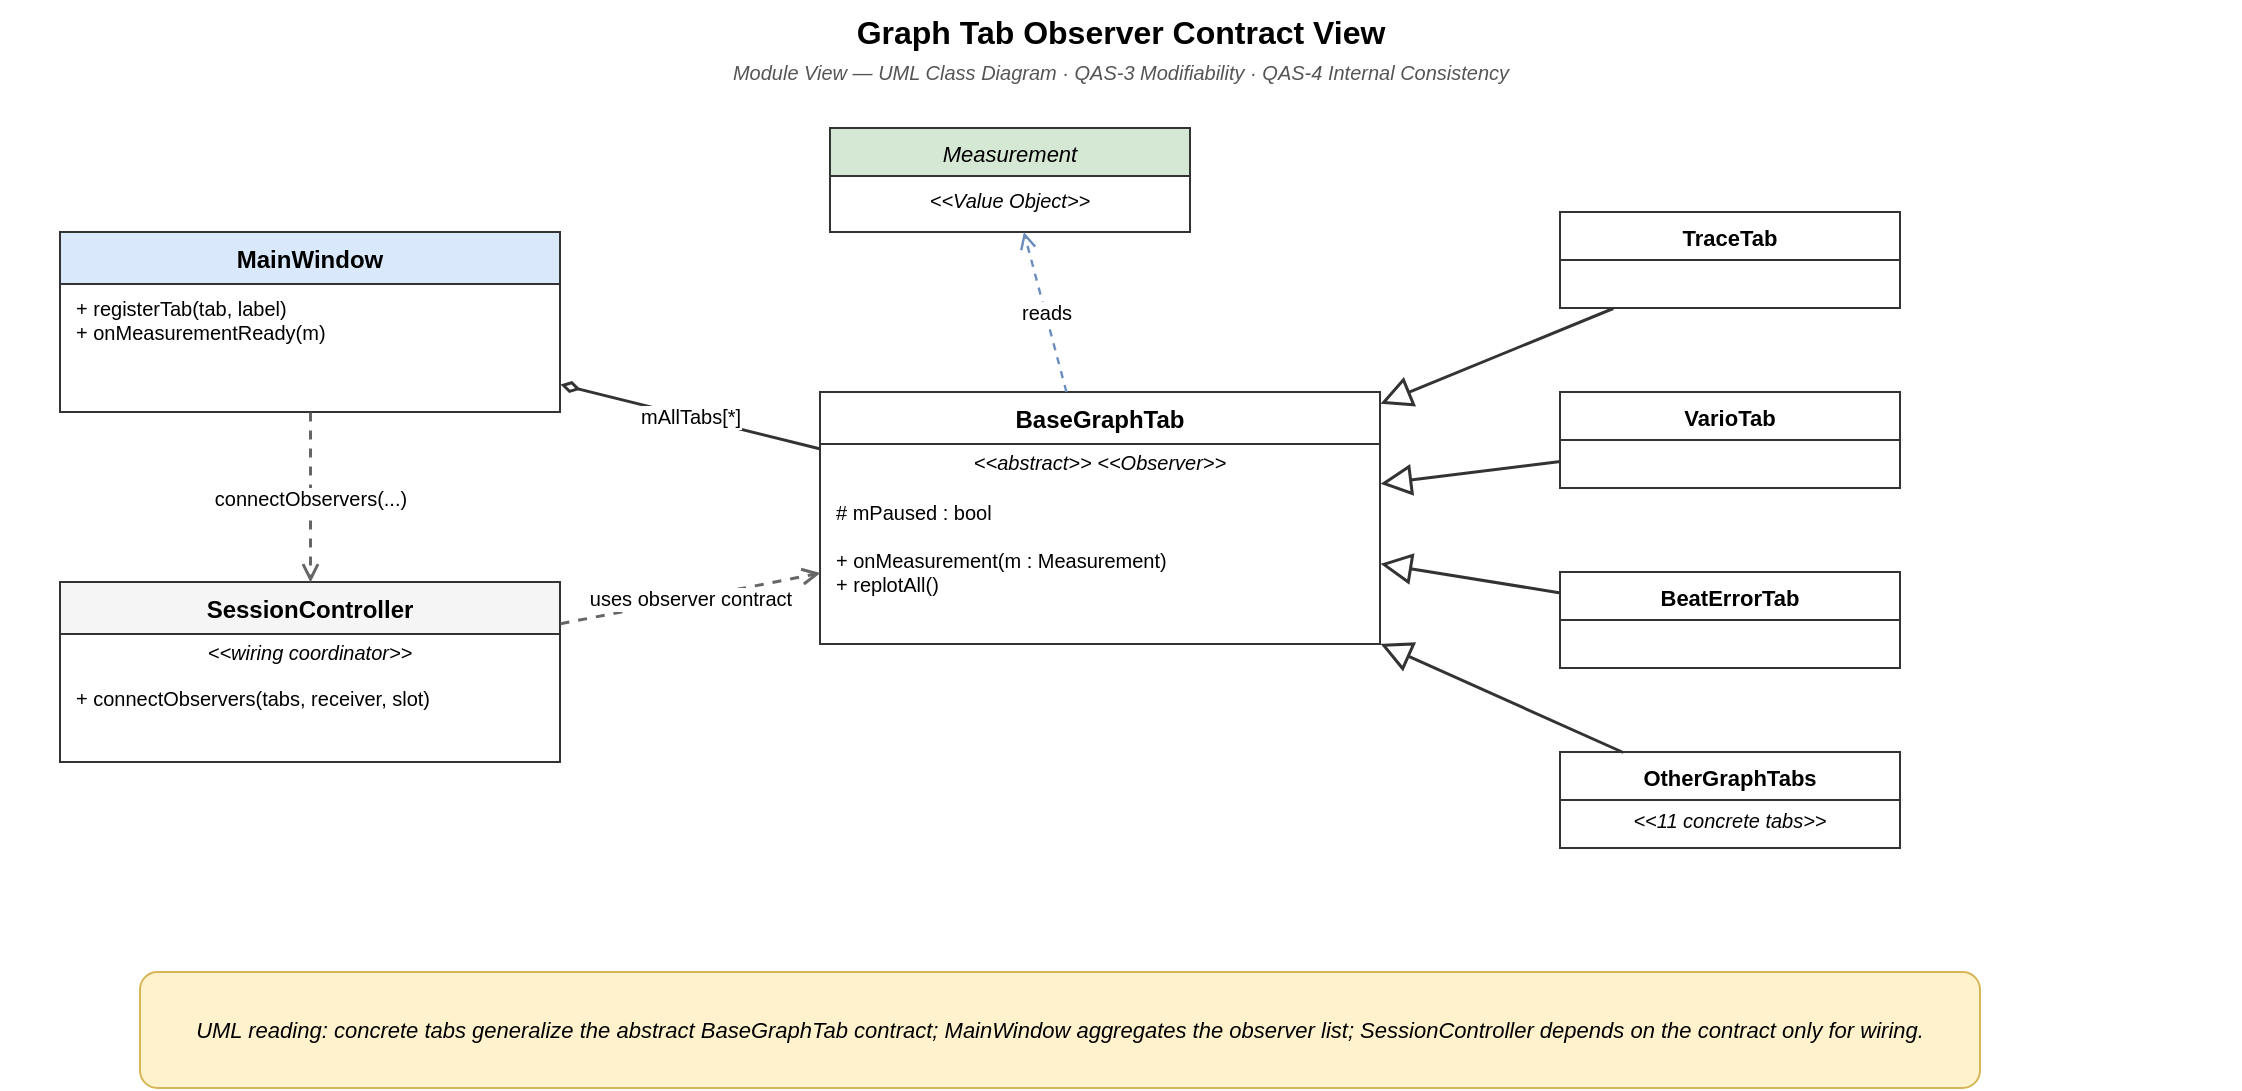
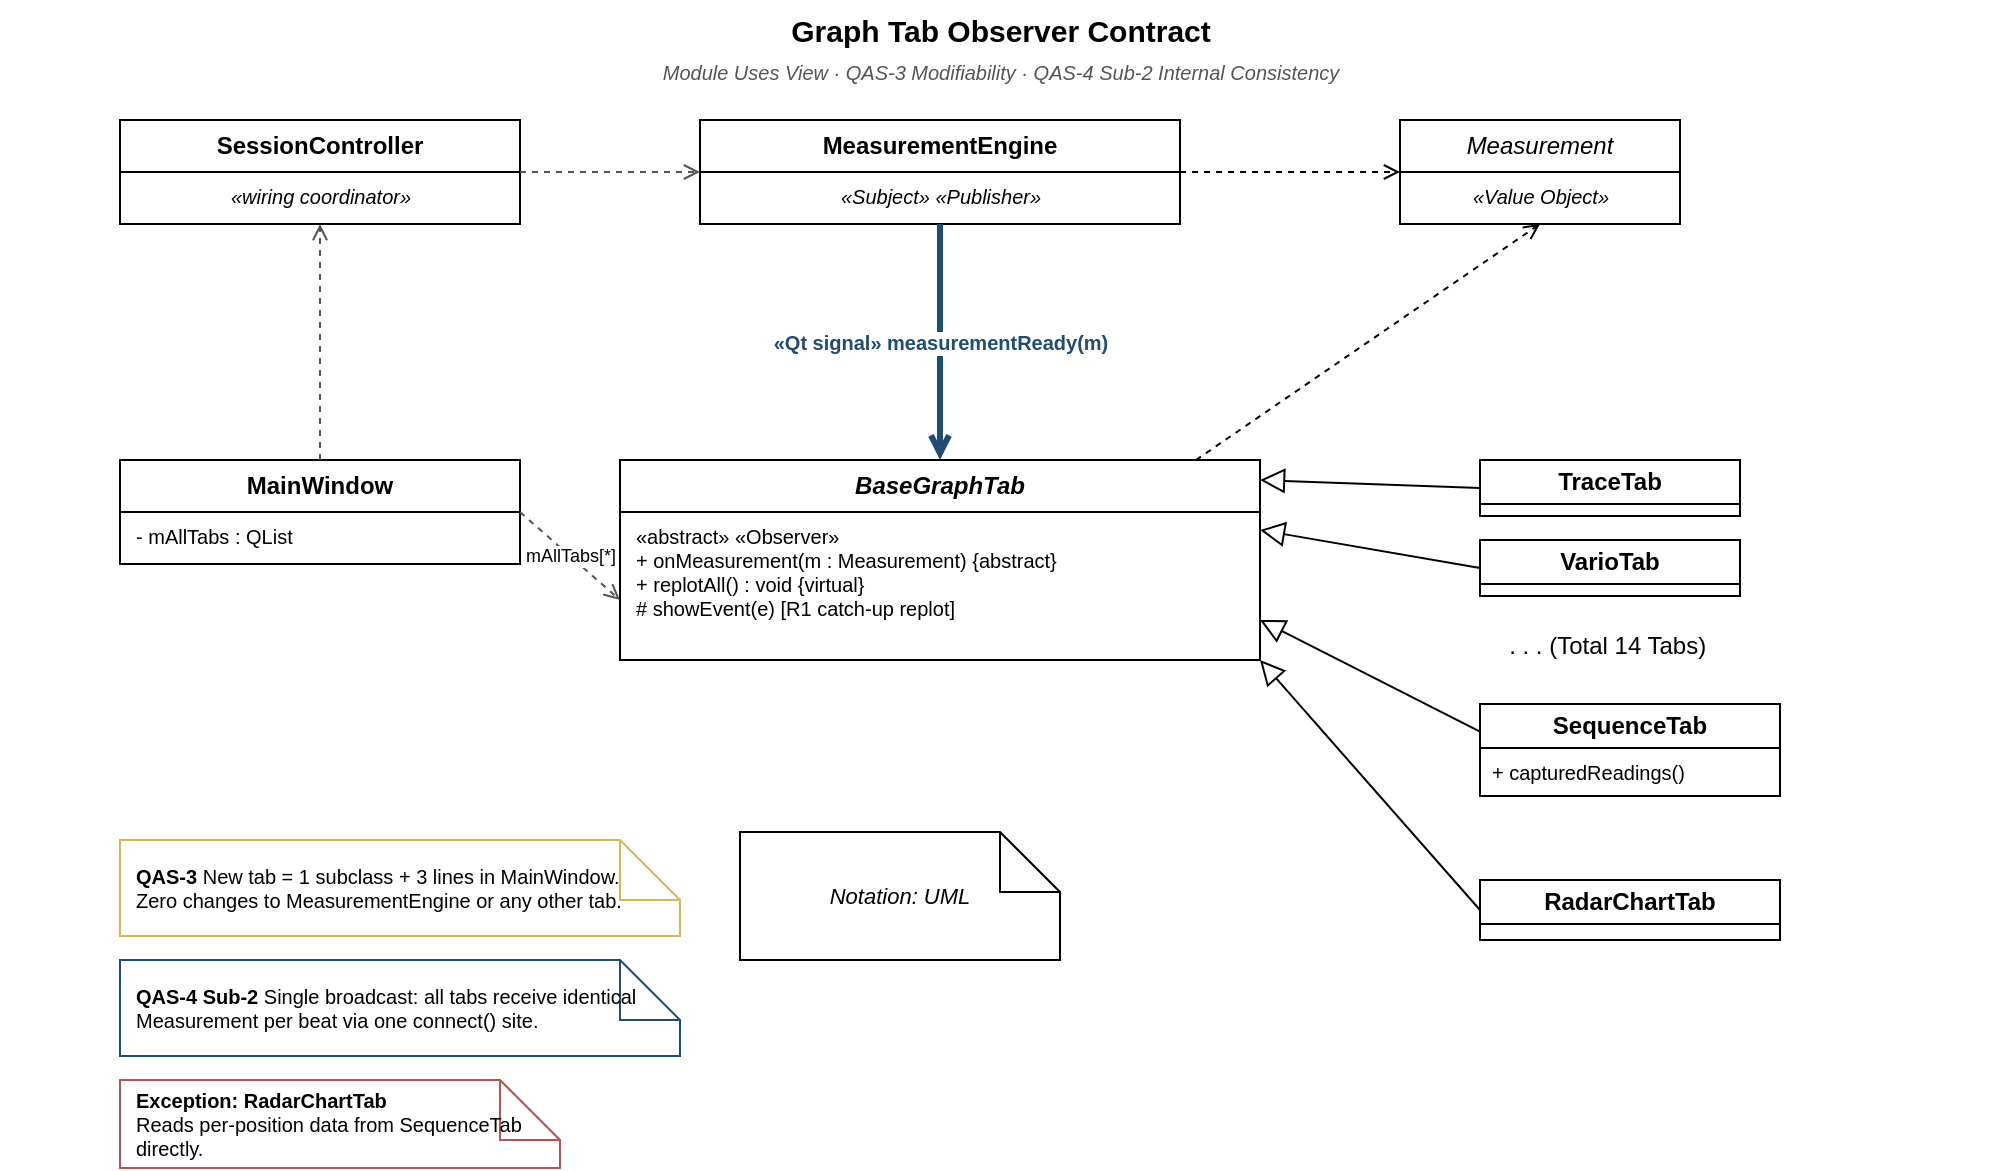
<mxfile host="65bd71144e">
-     <diagram id="graph-tab-observer-contract" name="Graph Tab Observer Contract View">
-         <mxGraphModel dx="1260" dy="760" grid="1" gridSize="10" guides="1" tooltips="1" connect="1" arrows="1" fold="1" page="1" pageScale="1" pageWidth="1200" pageHeight="760" math="0" shadow="0">
+     <diagram id="graph-tab-observer-v5" name="Graph Tab Observer Contract View">
+         <mxGraphModel dx="730" dy="827" grid="1" gridSize="10" guides="1" tooltips="1" connect="1" arrows="1" fold="1" page="1" pageScale="1" pageWidth="1200" pageHeight="800" math="0" shadow="0">
            <root>
                <mxCell id="0"/>
                <mxCell id="1" parent="0"/>
- 
-                 <mxCell id="title" value="Graph Tab Observer Contract View" style="text;html=1;strokeColor=none;fillColor=none;align=center;fontSize=16;fontStyle=1;" parent="1" vertex="1">
-                     <mxGeometry x="40" y="14" width="1120" height="24" as="geometry"/>
+                 <mxCell id="title" value="Graph Tab Observer Contract" style="text;html=1;strokeColor=none;fillColor=none;align=center;fontSize=15;fontStyle=1;" parent="1" vertex="1">
+                     <mxGeometry y="10" width="1000" height="24" as="geometry"/>
                </mxCell>
-                 <mxCell id="subtitle" value="Module View — UML Class Diagram · QAS-3 Modifiability · QAS-4 Internal Consistency" style="text;html=1;strokeColor=none;fillColor=none;align=center;fontSize=10;fontStyle=2;fontColor=#555555;" parent="1" vertex="1">
-                     <mxGeometry x="40" y="38" width="1120" height="18" as="geometry"/>
+                 <mxCell id="subtitle" value="Module Uses View &amp;#183; QAS-3 Modifiability &amp;#183; QAS-4 Sub-2 Internal Consistency" style="text;html=1;strokeColor=none;fillColor=none;align=center;fontSize=10;fontStyle=2;fontColor=#555555;" parent="1" vertex="1">
+                     <mxGeometry y="34" width="1000" height="16" as="geometry"/>
                </mxCell>
- 
-                 <mxCell id="mw" value="MainWindow" style="swimlane;fontStyle=1;align=center;verticalAlign=top;childLayout=stackLayout;horizontal=1;startSize=26;resizeParent=1;resizeLast=0;collapsible=0;whiteSpace=wrap;html=1;fillColor=#dae8fc;strokeColor=#333333;fontSize=12;" parent="1" vertex="1">
-                     <mxGeometry x="70" y="130" width="250" height="90" as="geometry"/>
+                 <mxCell id="me" value="MeasurementEngine" style="swimlane;fontStyle=1;startSize=26;whiteSpace=wrap;html=1;fillColor=#ffffff;strokeColor=#000000;" parent="1" vertex="1">
+                     <mxGeometry x="350" y="70" width="240" height="52" as="geometry"/>
                </mxCell>
-                 <mxCell id="mwOps" value="+ registerTab(tab, label)&#xa;+ onMeasurementReady(m)" style="text;strokeColor=none;fillColor=none;align=left;verticalAlign=top;spacingLeft=6;fontSize=10;" parent="mw" vertex="1">
-                     <mxGeometry y="26" width="250" height="64" as="geometry"/>
+                 <mxCell id="meBody" value="&amp;#171;Subject&amp;#187; &amp;#171;Publisher&amp;#187;" style="text;html=1;align=center;verticalAlign=top;fontSize=10;fontStyle=2;" parent="me" vertex="1">
+                     <mxGeometry y="26" width="240" height="26" as="geometry"/>
                </mxCell>
- 
-                 <mxCell id="sc" value="SessionController" style="swimlane;fontStyle=1;align=center;verticalAlign=top;childLayout=stackLayout;horizontal=1;startSize=26;resizeParent=1;resizeLast=0;collapsible=0;whiteSpace=wrap;html=1;fillColor=#f5f5f5;strokeColor=#333333;fontSize=12;" parent="1" vertex="1">
-                     <mxGeometry x="70" y="305" width="250" height="90" as="geometry"/>
+                 <mxCell id="sc" value="SessionController" style="swimlane;fontStyle=1;startSize=26;whiteSpace=wrap;html=1;fillColor=#ffffff;strokeColor=#000000;" parent="1" vertex="1">
+                     <mxGeometry x="60" y="70" width="200" height="52" as="geometry"/>
                </mxCell>
-                 <mxCell id="scStereo" value="&lt;&lt;wiring coordinator&gt;&gt;" style="text;strokeColor=none;fillColor=none;align=center;verticalAlign=middle;fontSize=10;fontStyle=2;" parent="sc" vertex="1">
-                     <mxGeometry y="26" width="250" height="18" as="geometry"/>
+                 <mxCell id="scBody" value="&amp;#171;wiring coordinator&amp;#187;" style="text;html=1;align=center;verticalAlign=top;fontSize=10;fontStyle=2;" parent="sc" vertex="1">
+                     <mxGeometry y="26" width="200" height="26" as="geometry"/>
                </mxCell>
-                 <mxCell id="scOps" value="+ connectObservers(tabs, receiver, slot)" style="text;strokeColor=none;fillColor=none;align=left;verticalAlign=top;spacingLeft=6;fontSize=10;" parent="sc" vertex="1">
-                     <mxGeometry y="46" width="250" height="40" as="geometry"/>
+                 <mxCell id="meas" value="Measurement" style="swimlane;fontStyle=2;startSize=26;whiteSpace=wrap;html=1;fillColor=#ffffff;strokeColor=#000000;" parent="1" vertex="1">
+                     <mxGeometry x="700" y="70" width="140" height="52" as="geometry"/>
                </mxCell>
- 
-                 <mxCell id="base" value="BaseGraphTab" style="swimlane;fontStyle=1;align=center;verticalAlign=top;childLayout=stackLayout;horizontal=1;startSize=26;resizeParent=1;resizeLast=0;collapsible=0;whiteSpace=wrap;html=1;fillColor=#ffffff;strokeColor=#333333;fontSize=12;" parent="1" vertex="1">
-                     <mxGeometry x="450" y="210" width="280" height="126" as="geometry"/>
+                 <mxCell id="measBody" value="&amp;#171;Value Object&amp;#187;" style="text;html=1;align=center;verticalAlign=top;fontSize=10;fontStyle=2;" parent="meas" vertex="1">
+                     <mxGeometry y="26" width="140" height="26" as="geometry"/>
                </mxCell>
-                 <mxCell id="baseStereo" value="&lt;&lt;abstract&gt;&gt; &lt;&lt;Observer&gt;&gt;" style="text;strokeColor=none;fillColor=none;align=center;verticalAlign=middle;fontSize=10;fontStyle=2;" parent="base" vertex="1">
-                     <mxGeometry y="26" width="280" height="18" as="geometry"/>
+                 <mxCell id="base" value="BaseGraphTab" style="swimlane;fontStyle=3;startSize=26;whiteSpace=wrap;html=1;fillColor=#ffffff;strokeColor=#000000;strokeWidth=1;" parent="1" vertex="1">
+                     <mxGeometry x="310" y="240" width="320" height="100" as="geometry"/>
                </mxCell>
-                 <mxCell id="baseAttr" value="# mPaused : bool" style="text;strokeColor=none;fillColor=none;align=left;verticalAlign=top;spacingLeft=6;fontSize=10;" parent="base" vertex="1">
-                     <mxGeometry y="48" width="280" height="18" as="geometry"/>
+                 <mxCell id="baseBody" value="&amp;#171;abstract&amp;#187; &amp;#171;Observer&amp;#187;&lt;br&gt;+ onMeasurement(m : Measurement) {abstract}&lt;br&gt;+ replotAll() : void {virtual}&lt;br&gt;# showEvent(e)  [R1 catch-up replot]" style="text;html=1;align=left;verticalAlign=top;spacingLeft=6;fontSize=10;" parent="base" vertex="1">
+                     <mxGeometry y="26" width="320" height="74" as="geometry"/>
                </mxCell>
-                 <mxCell id="baseOps" value="+ onMeasurement(m : Measurement)&#xa;+ replotAll()" style="text;strokeColor=none;fillColor=none;align=left;verticalAlign=top;spacingLeft=6;fontSize=10;" parent="base" vertex="1">
-                     <mxGeometry y="72" width="280" height="50" as="geometry"/>
+                 <mxCell id="mw" value="MainWindow" style="swimlane;fontStyle=1;startSize=26;whiteSpace=wrap;html=1;fillColor=#ffffff;strokeColor=#000000;" parent="1" vertex="1">
+                     <mxGeometry x="60" y="240" width="200" height="52" as="geometry"/>
                </mxCell>
- 
-                 <mxCell id="trace" value="TraceTab" style="swimlane;fontStyle=1;align=center;verticalAlign=top;childLayout=stackLayout;horizontal=1;startSize=24;resizeParent=1;resizeLast=0;collapsible=0;whiteSpace=wrap;html=1;fillColor=#ffffff;strokeColor=#333333;fontSize=11;" parent="1" vertex="1">
-                     <mxGeometry x="820" y="120" width="170" height="48" as="geometry"/>
+                 <mxCell id="mwBody" value="- mAllTabs : QList&lt;BaseGraphTab*&gt;" style="text;html=1;align=left;verticalAlign=top;spacingLeft=6;fontSize=10;" parent="mw" vertex="1">
+                     <mxGeometry y="26" width="200" height="26" as="geometry"/>
                </mxCell>
-                 <mxCell id="vario" value="VarioTab" style="swimlane;fontStyle=1;align=center;verticalAlign=top;childLayout=stackLayout;horizontal=1;startSize=24;resizeParent=1;resizeLast=0;collapsible=0;whiteSpace=wrap;html=1;fillColor=#ffffff;strokeColor=#333333;fontSize=11;" parent="1" vertex="1">
-                     <mxGeometry x="820" y="210" width="170" height="48" as="geometry"/>
+                 <mxCell id="trace" value="TraceTab" style="swimlane;fontStyle=1;startSize=22;whiteSpace=wrap;html=1;fillColor=#ffffff;strokeColor=#000000;" parent="1" vertex="1">
+                     <mxGeometry x="740" y="240" width="130" height="28" as="geometry"/>
                </mxCell>
-                 <mxCell id="beat" value="BeatErrorTab" style="swimlane;fontStyle=1;align=center;verticalAlign=top;childLayout=stackLayout;horizontal=1;startSize=24;resizeParent=1;resizeLast=0;collapsible=0;whiteSpace=wrap;html=1;fillColor=#ffffff;strokeColor=#333333;fontSize=11;" parent="1" vertex="1">
-                     <mxGeometry x="820" y="300" width="170" height="48" as="geometry"/>
+                 <mxCell id="vario" value="VarioTab" style="swimlane;fontStyle=1;startSize=22;whiteSpace=wrap;html=1;fillColor=#ffffff;strokeColor=#000000;" parent="1" vertex="1">
+                     <mxGeometry x="740" y="280" width="130" height="28" as="geometry"/>
                </mxCell>
-                 <mxCell id="other" value="OtherGraphTabs" style="swimlane;fontStyle=1;align=center;verticalAlign=top;childLayout=stackLayout;horizontal=1;startSize=24;resizeParent=1;resizeLast=0;collapsible=0;whiteSpace=wrap;html=1;fillColor=#ffffff;strokeColor=#333333;fontSize=11;" parent="1" vertex="1">
-                     <mxGeometry x="820" y="390" width="170" height="48" as="geometry"/>
+                 <mxCell id="seq" value="SequenceTab" style="swimlane;fontStyle=1;startSize=22;whiteSpace=wrap;html=1;fillColor=#ffffff;strokeColor=#000000;" parent="1" vertex="1">
+                     <mxGeometry x="740" y="362" width="150" height="46" as="geometry"/>
                </mxCell>
-                 <mxCell id="otherStereo" value="&lt;&lt;11 concrete tabs&gt;&gt;" style="text;strokeColor=none;fillColor=none;align=center;verticalAlign=middle;fontSize=10;fontStyle=2;" parent="other" vertex="1">
-                     <mxGeometry y="24" width="170" height="20" as="geometry"/>
+                 <mxCell id="seqBody" value="+ capturedReadings()" style="text;html=1;align=left;verticalAlign=top;spacingLeft=4;fontSize=10;" parent="seq" vertex="1">
+                     <mxGeometry y="22" width="150" height="24" as="geometry"/>
                </mxCell>
- 
-                 <mxCell id="meas" value="Measurement" style="swimlane;fontStyle=2;align=center;verticalAlign=top;childLayout=stackLayout;horizontal=1;startSize=24;resizeParent=1;resizeLast=0;collapsible=0;whiteSpace=wrap;html=1;fillColor=#d5e8d4;strokeColor=#333333;fontSize=11;" parent="1" vertex="1">
-                     <mxGeometry x="455" y="78" width="180" height="52" as="geometry"/>
+                 <mxCell id="radar" value="RadarChartTab" style="swimlane;fontStyle=1;startSize=22;whiteSpace=wrap;html=1;fillColor=#ffffff;strokeColor=#000000;strokeWidth=1;" parent="1" vertex="1">
+                     <mxGeometry x="740" y="450" width="150" height="30" as="geometry"/>
                </mxCell>
-                 <mxCell id="measStereo" value="&lt;&lt;Value Object&gt;&gt;" style="text;strokeColor=none;fillColor=none;align=center;verticalAlign=middle;fontSize=10;fontStyle=2;" parent="meas" vertex="1">
-                     <mxGeometry y="24" width="180" height="24" as="geometry"/>
-                 </mxCell>
- 
-                 <mxCell id="e1" value="mAllTabs[*]" style="startArrow=diamondThin;startFill=0;endArrow=none;html=1;strokeColor=#333333;strokeWidth=1.5;fontSize=10;" parent="1" source="mw" target="base" edge="1">
+                 <mxCell id="eMeMeas" value="" style="dashed=1;endArrow=open;endFill=0;html=1;strokeColor=#000000;exitX=1;exitY=0.5;exitDx=0;exitDy=0;entryX=0;entryY=0.5;entryDx=0;entryDy=0;" parent="1" source="me" target="meas" edge="1">
                    <mxGeometry relative="1" as="geometry"/>
                </mxCell>
-                 <mxCell id="e2" value="connectObservers(...)" style="dashed=1;endArrow=open;endFill=0;html=1;strokeColor=#666666;strokeWidth=1.5;fontSize=10;" parent="1" source="mw" target="sc" edge="1">
+                 <mxCell id="eBaseMeas" value="" style="dashed=1;endArrow=open;endFill=0;html=1;strokeColor=#000000;exitX=0.9;exitY=0;exitDx=0;exitDy=0;entryX=0.5;entryY=1;entryDx=0;entryDy=0;" parent="1" source="base" target="meas" edge="1">
                    <mxGeometry relative="1" as="geometry"/>
                </mxCell>
-                 <mxCell id="e3" value="uses observer contract" style="dashed=1;endArrow=open;endFill=0;html=1;strokeColor=#666666;strokeWidth=1.5;fontSize=10;" parent="1" source="sc" target="base" edge="1">
+                 <mxCell id="eSig" value="&amp;#171;Qt signal&amp;#187; measurementReady(m)" style="endArrow=open;endFill=0;html=1;strokeColor=#1e4d78;strokeWidth=3;fontSize=10;fontColor=#1e4d78;fontStyle=1;exitX=0.5;exitY=1;exitDx=0;exitDy=0;entryX=0.5;entryY=0;entryDx=0;entryDy=0;" parent="1" source="me" target="base" edge="1">
                    <mxGeometry relative="1" as="geometry"/>
                </mxCell>
-                 <mxCell id="e4" value="reads" style="dashed=1;endArrow=open;endFill=0;html=1;strokeColor=#6c8ebf;strokeWidth=1.2;fontSize=10;" parent="1" source="base" target="meas" edge="1">
+                 <mxCell id="eScMe" value="" style="dashed=1;endArrow=open;endFill=0;html=1;strokeColor=#555555;fontSize=9;" parent="1" source="sc" target="me" edge="1">
+                     <mxGeometry relative="1" as="geometry">
+                         <mxPoint as="offset"/>
+                     </mxGeometry>
+                 </mxCell>
+                 <mxCell id="eMwSc" value="" style="dashed=1;endArrow=open;endFill=0;html=1;strokeColor=#555555;fontSize=9;exitX=0.5;exitY=0;exitDx=0;exitDy=0;entryX=0.5;entryY=1;entryDx=0;entryDy=0;" parent="1" source="mw" target="scBody" edge="1">
+                     <mxGeometry relative="1" as="geometry">
+                         <Array as="points">
+                             <mxPoint x="160" y="200"/>
+                             <mxPoint x="160" y="122"/>
+                         </Array>
+                     </mxGeometry>
+                 </mxCell>
+                 <mxCell id="eMwBase" value="mAllTabs[*]" style="dashed=1;endArrow=open;endFill=0;html=1;strokeColor=#555555;fontSize=9;exitX=1;exitY=0.5;exitDx=0;exitDy=0;entryX=0;entryY=0.7;entryDx=0;entryDy=0;" parent="1" source="mw" target="base" edge="1">
                    <mxGeometry relative="1" as="geometry"/>
                </mxCell>
- 
-                 <mxCell id="g1" value="" style="endArrow=block;endFill=0;endSize=12;html=1;strokeColor=#333333;strokeWidth=1.5;" parent="1" source="trace" target="base" edge="1">
+                 <mxCell id="eTrace" value="" style="endArrow=block;endFill=0;endSize=10;html=1;strokeColor=#000000;exitX=0;exitY=0.5;exitDx=0;exitDy=0;entryX=1;entryY=0.1;entryDx=0;entryDy=0;" parent="1" source="trace" target="base" edge="1">
                    <mxGeometry relative="1" as="geometry"/>
                </mxCell>
-                 <mxCell id="g2" value="" style="endArrow=block;endFill=0;endSize=12;html=1;strokeColor=#333333;strokeWidth=1.5;" parent="1" source="vario" target="base" edge="1">
+                 <mxCell id="eVario" value="" style="endArrow=block;endFill=0;endSize=10;html=1;strokeColor=#000000;exitX=0;exitY=0.5;exitDx=0;exitDy=0;entryX=1;entryY=0.35;entryDx=0;entryDy=0;" parent="1" source="vario" target="base" edge="1">
                    <mxGeometry relative="1" as="geometry"/>
                </mxCell>
-                 <mxCell id="g3" value="" style="endArrow=block;endFill=0;endSize=12;html=1;strokeColor=#333333;strokeWidth=1.5;" parent="1" source="beat" target="base" edge="1">
+                 <mxCell id="eSeq" value="" style="endArrow=block;endFill=0;endSize=10;html=1;strokeColor=#000000;exitX=0;exitY=0.3;exitDx=0;exitDy=0;entryX=1;entryY=0.8;entryDx=0;entryDy=0;" parent="1" source="seq" target="base" edge="1">
                    <mxGeometry relative="1" as="geometry"/>
                </mxCell>
-                 <mxCell id="g4" value="" style="endArrow=block;endFill=0;endSize=12;html=1;strokeColor=#333333;strokeWidth=1.5;" parent="1" source="other" target="base" edge="1">
-                     <mxGeometry relative="1" as="geometry"/>
+                 <mxCell id="noteQas3" value="&lt;b&gt;QAS-3&lt;/b&gt; New tab = 1 subclass + 3 lines in MainWindow.&lt;br&gt;Zero changes to MeasurementEngine or any other tab." style="shape=note;whiteSpace=wrap;html=1;fillColor=#ffffff;strokeColor=#d6b656;fontSize=10;align=left;spacingLeft=6;" parent="1" vertex="1">
+                     <mxGeometry x="60" y="430" width="280" height="48" as="geometry"/>
                </mxCell>
- 
-                 <mxCell id="note" value="UML reading: concrete tabs generalize the abstract BaseGraphTab contract; MainWindow aggregates the observer list; SessionController depends on the contract only for wiring." style="rounded=1;whiteSpace=wrap;html=1;fillColor=#fff2cc;strokeColor=#d6b656;fontSize=11;fontStyle=2;" parent="1" vertex="1">
-                     <mxGeometry x="110" y="500" width="920" height="58" as="geometry"/>
+                 <mxCell id="noteQas4" value="&lt;b&gt;QAS-4 Sub-2&lt;/b&gt; Single broadcast: all tabs receive identical&lt;br&gt;Measurement per beat via one connect() site." style="shape=note;whiteSpace=wrap;html=1;fillColor=#ffffff;strokeColor=#1e4d78;fontSize=10;align=left;spacingLeft=6;" parent="1" vertex="1">
+                     <mxGeometry x="60" y="490" width="280" height="48" as="geometry"/>
+                 </mxCell>
+                 <mxCell id="noteEx" value="&lt;b&gt;Exception: RadarChartTab&lt;/b&gt;&lt;br&gt;Reads per-position data from SequenceTab directly." style="shape=note;whiteSpace=wrap;html=1;fillColor=#ffffff;strokeColor=#b85450;fontSize=10;align=left;spacingLeft=6;" parent="1" vertex="1">
+                     <mxGeometry x="60" y="550" width="220" height="44" as="geometry"/>
+                 </mxCell>
+                 <mxCell id="notation" value="Notation: UML" style="shape=note;whiteSpace=wrap;html=1;fillColor=#ffffff;strokeColor=#000000;fontSize=11;fontStyle=2;" parent="1" vertex="1">
+                     <mxGeometry x="370" y="426" width="160" height="64" as="geometry"/>
+                 </mxCell>
+                 <mxCell id="3" value=". . . (Total 14 Tabs)&amp;nbsp;" style="text;html=1;align=center;verticalAlign=middle;resizable=0;points=[];autosize=1;strokeColor=none;fillColor=none;" vertex="1" parent="1">
+                     <mxGeometry x="740" y="318" width="130" height="30" as="geometry"/>
+                 </mxCell>
+                 <mxCell id="4" value="" style="endArrow=block;endFill=0;endSize=10;html=1;strokeColor=#000000;exitX=0;exitY=0.5;exitDx=0;exitDy=0;entryX=1;entryY=1;entryDx=0;entryDy=0;" edge="1" parent="1" source="radar" target="baseBody">
+                     <mxGeometry relative="1" as="geometry">
+                         <mxPoint x="750" y="386" as="sourcePoint"/>
+                         <mxPoint x="640" y="330" as="targetPoint"/>
+                     </mxGeometry>
                </mxCell>
            </root>
        </mxGraphModel>
    </diagram>
- </mxfile>
+ </mxfile>